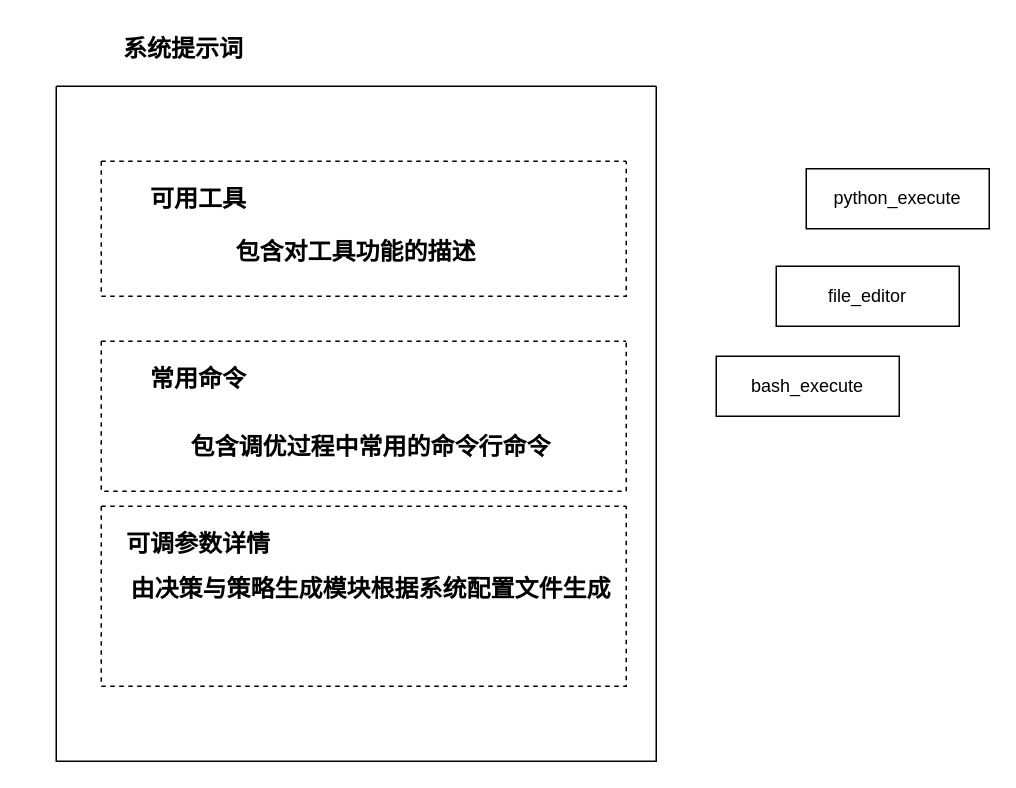
DonCoyi/_pictures keeps this draw.io diagram as page "第 10 页" (10 of 14) of KernelTuneAgent.drawio. Above is the earlier version. Source tidied: cells renumbered, new cells numbered last; positions are measured from the earlier drawing's top-left corner, leaving out a move shared by most shapes. Both pictures are drawn from the tidied source at 150%, with x=0, y=0 at pixel (56, 26).
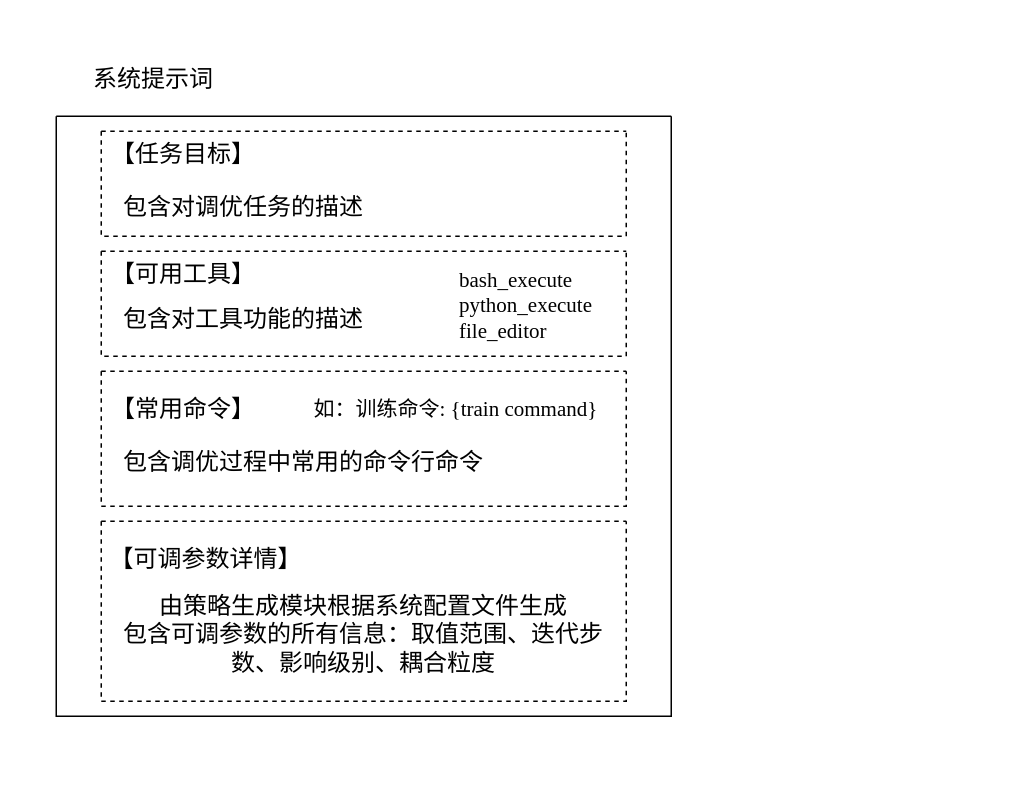
Above is the later version.

Change to the diagram source:
```diff
@@
 <mxGraphModel>
   <root>
     <mxCell id="0" />
     <mxCell id="1" parent="0" />
-    <mxCell id="2" style="swimlane;startSize=0;fontFamily=宋体;fontStyle=1;" parent="1" vertex="1">
-      <mxGeometry y="40" width="400" height="450" as="geometry" />
+    <mxCell id="2" style="swimlane;startSize=0;fontFamily=宋体;fontStyle=0;" parent="1" vertex="1">
+      <mxGeometry y="60" width="410" height="400" as="geometry" />
     </mxCell>
-    <mxCell id="3" style="swimlane;startSize=0;dashed=1;fontFamily=宋体;fontStyle=1;" parent="2" vertex="1">
-      <mxGeometry x="30" y="170" width="350" height="100" as="geometry" />
+    <mxCell id="3" style="swimlane;startSize=0;dashed=1;fontFamily=宋体;fontStyle=0;" parent="2" vertex="1">
+      <mxGeometry x="30" y="170" width="350" height="90" as="geometry" />
     </mxCell>
-    <mxCell id="4" value="&lt;font style=&quot;font-size: 16px;&quot;&gt;常用命令&lt;/font&gt;" style="text;html=1;whiteSpace=wrap;strokeColor=none;fillColor=none;align=center;verticalAlign=middle;rounded=0;fontFamily=宋体;fontStyle=1;" parent="3" vertex="1">
-      <mxGeometry x="10" y="10" width="110" height="30" as="geometry" />
+    <mxCell id="4" value="&lt;font style=&quot;font-size: 16px;&quot;&gt;【常用命令】&lt;/font&gt;" style="text;html=1;whiteSpace=wrap;strokeColor=none;fillColor=none;align=center;verticalAlign=middle;rounded=0;fontFamily=宋体;fontStyle=0;" parent="3" vertex="1">
+      <mxGeometry y="10" width="110" height="30" as="geometry" />
     </mxCell>
-    <mxCell id="5" value="&lt;span style=&quot;font-size: 16px;&quot;&gt;包含调优过程中常用的命令行命令&lt;br&gt;&lt;/span&gt;" style="text;html=1;whiteSpace=wrap;strokeColor=none;fillColor=none;align=center;verticalAlign=middle;rounded=0;fontFamily=宋体;fontStyle=1;" parent="3" vertex="1">
-      <mxGeometry x="40" y="40" width="280" height="60" as="geometry" />
+    <mxCell id="5" value="&lt;span style=&quot;font-size: 16px;&quot;&gt;包含调优过程中常用的命令行命令&lt;br&gt;&lt;/span&gt;" style="text;html=1;whiteSpace=wrap;strokeColor=none;fillColor=none;align=center;verticalAlign=middle;rounded=0;fontFamily=宋体;fontStyle=0;" parent="3" vertex="1">
+      <mxGeometry y="40" width="270" height="40" as="geometry" />
     </mxCell>
+    <mxCell id="16" value="&lt;font style=&quot;font-size: 14px;&quot;&gt;&lt;span style=&quot;forced-color-adjust: none; color: rgb(0, 0, 0); font-style: normal; font-variant-ligatures: normal; font-variant-caps: normal; font-weight: 400; letter-spacing: normal; orphans: 2; text-align: left; text-indent: 0px; text-transform: none; widows: 2; word-spacing: 0px; -webkit-text-stroke-width: 0px; text-decoration-thickness: initial; text-decoration-style: initial; text-decoration-color: initial; white-space: pre;&quot;&gt;&lt;span style=&quot;forced-color-adjust: none; white-space: pre;&quot;&gt;如：&lt;/span&gt;&lt;/span&gt;&lt;span style=&quot;color: rgb(0, 0, 0); font-style: normal; font-variant-ligatures: normal; font-variant-caps: normal; font-weight: 400; letter-spacing: normal; orphans: 2; text-align: left; text-indent: 0px; text-transform: none; widows: 2; word-spacing: 0px; -webkit-text-stroke-width: 0px; white-space: normal; text-decoration-thickness: initial; text-decoration-style: initial; text-decoration-color: initial; float: none; display: inline !important;&quot;&gt;训练命令&lt;font face=&quot;Times New Roman&quot; style=&quot;&quot;&gt;: {train command}&lt;/font&gt;&lt;/span&gt;&lt;/font&gt;" style="text;whiteSpace=wrap;html=1;labelBackgroundColor=default;fontFamily=宋体;" parent="3" vertex="1">
+      <mxGeometry x="140" y="10" width="200" height="30" as="geometry" />
+    </mxCell>
-    <mxCell id="6" style="swimlane;startSize=0;dashed=1;fontFamily=宋体;fontStyle=1;" parent="2" vertex="1">
-      <mxGeometry x="30" y="280" width="350" height="120" as="geometry" />
+    <mxCell id="6" style="swimlane;startSize=0;dashed=1;fontFamily=宋体;fontStyle=0;" parent="2" vertex="1">
+      <mxGeometry x="30" y="270" width="350" height="120" as="geometry" />
     </mxCell>
-    <mxCell id="7" value="&lt;font style=&quot;font-size: 16px;&quot;&gt;可调参数详情&lt;/font&gt;" style="text;html=1;whiteSpace=wrap;strokeColor=none;fillColor=none;align=center;verticalAlign=middle;rounded=0;fontFamily=宋体;fontStyle=1;" parent="6" vertex="1">
-      <mxGeometry x="10" y="10" width="110" height="30" as="geometry" />
+    <mxCell id="7" value="&lt;font style=&quot;font-size: 16px;&quot;&gt;【可调参数详情】&lt;/font&gt;" style="text;html=1;whiteSpace=wrap;strokeColor=none;fillColor=none;align=center;verticalAlign=middle;rounded=0;fontFamily=宋体;fontStyle=0;" parent="6" vertex="1">
+      <mxGeometry y="10" width="140" height="30" as="geometry" />
     </mxCell>
-    <mxCell id="8" value="&lt;span style=&quot;font-size: 16px;&quot;&gt;由决策与策略生成模块根据系统配置文件生成&lt;/span&gt;" style="text;html=1;whiteSpace=wrap;strokeColor=none;fillColor=none;align=center;verticalAlign=middle;rounded=0;fontFamily=宋体;fontStyle=1;" parent="6" vertex="1">
-      <mxGeometry x="10" y="40" width="340" height="30" as="geometry" />
+    <mxCell id="8" value="&lt;span style=&quot;font-size: 16px;&quot;&gt;由策略生成模块根据系统配置文件生成&lt;/span&gt;&lt;div&gt;&lt;span style=&quot;font-size: 16px;&quot;&gt;包含可调参数的所有信息：取值范围、迭代步数、影响级别、耦合粒度&lt;/span&gt;&lt;/div&gt;" style="text;html=1;whiteSpace=wrap;strokeColor=none;fillColor=none;align=center;verticalAlign=middle;rounded=0;fontFamily=宋体;fontStyle=0;" parent="6" vertex="1">
+      <mxGeometry y="30" width="350" height="90" as="geometry" />
     </mxCell>
-    <mxCell id="9" style="swimlane;startSize=0;dashed=1;fontFamily=宋体;fontStyle=1;" parent="2" vertex="1">
-      <mxGeometry x="30" y="50" width="350" height="90" as="geometry" />
+    <mxCell id="9" style="swimlane;startSize=0;dashed=1;fontFamily=宋体;fontStyle=0;" parent="2" vertex="1">
+      <mxGeometry x="30" y="90" width="350" height="70" as="geometry" />
     </mxCell>
-    <mxCell id="10" value="&lt;font style=&quot;font-size: 16px;&quot;&gt;可用工具&lt;/font&gt;" style="text;html=1;whiteSpace=wrap;strokeColor=none;fillColor=none;align=center;verticalAlign=middle;rounded=0;fontFamily=宋体;fontStyle=1;" parent="9" vertex="1">
-      <mxGeometry x="10" y="10" width="110" height="30" as="geometry" />
+    <mxCell id="10" value="&lt;font style=&quot;font-size: 16px;&quot;&gt;【可用工具】&lt;/font&gt;" style="text;html=1;whiteSpace=wrap;strokeColor=none;fillColor=none;align=center;verticalAlign=middle;rounded=0;fontFamily=宋体;fontStyle=0;" parent="9" vertex="1">
+      <mxGeometry width="110" height="30" as="geometry" />
     </mxCell>
-    <mxCell id="11" value="&lt;span style=&quot;font-size: 16px;&quot;&gt;包含对工具功能的描述&lt;br&gt;&lt;/span&gt;" style="text;html=1;whiteSpace=wrap;strokeColor=none;fillColor=none;align=center;verticalAlign=middle;rounded=0;fontFamily=宋体;fontStyle=1;" parent="9" vertex="1">
-      <mxGeometry x="30" y="30" width="280" height="60" as="geometry" />
+    <mxCell id="11" value="&lt;span style=&quot;font-size: 16px;&quot;&gt;包含对工具功能的描述&lt;br&gt;&lt;/span&gt;" style="text;html=1;whiteSpace=wrap;strokeColor=none;fillColor=none;align=center;verticalAlign=middle;rounded=0;fontFamily=宋体;fontStyle=0;" parent="9" vertex="1">
+      <mxGeometry y="25" width="190" height="40" as="geometry" />
     </mxCell>
+    <mxCell id="17" value="&lt;div style=&quot;forced-color-adjust: none; color: rgb(0, 0, 0); font-style: normal; font-variant-ligatures: normal; font-variant-caps: normal; font-weight: 400; letter-spacing: normal; orphans: 2; text-align: left; text-indent: 0px; text-transform: none; widows: 2; word-spacing: 0px; -webkit-text-stroke-width: 0px; white-space: normal; text-decoration-thickness: initial; text-decoration-style: initial; text-decoration-color: initial;&quot;&gt;&lt;font face=&quot;Times New Roman&quot; style=&quot;font-size: 14px;&quot;&gt;&lt;span style=&quot;forced-color-adjust: none; white-space: pre;&quot;&gt;&lt;span style=&quot;forced-color-adjust: none; white-space: pre;&quot;&gt;&amp;nbsp;&amp;nbsp;&lt;/span&gt;&lt;/span&gt;bash_execute&lt;/font&gt;&lt;/div&gt;&lt;div style=&quot;forced-color-adjust: none; color: rgb(0, 0, 0); font-style: normal; font-variant-ligatures: normal; font-variant-caps: normal; font-weight: 400; letter-spacing: normal; orphans: 2; text-align: left; text-indent: 0px; text-transform: none; widows: 2; word-spacing: 0px; -webkit-text-stroke-width: 0px; white-space: normal; text-decoration-thickness: initial; text-decoration-style: initial; text-decoration-color: initial;&quot;&gt;&lt;span style=&quot;&quot;&gt;&lt;font face=&quot;Times New Roman&quot; style=&quot;font-size: 14px;&quot;&gt;&lt;span style=&quot;forced-color-adjust: none; white-space: pre;&quot;&gt;&lt;span style=&quot;forced-color-adjust: none; white-space: pre;&quot;&gt;&amp;nbsp;&amp;nbsp;&lt;/span&gt;&lt;/span&gt;python_execute&lt;/font&gt;&lt;/span&gt;&lt;/div&gt;&lt;div style=&quot;forced-color-adjust: none; color: rgb(0, 0, 0); font-style: normal; font-variant-ligatures: normal; font-variant-caps: normal; font-weight: 400; letter-spacing: normal; orphans: 2; text-align: left; text-indent: 0px; text-transform: none; widows: 2; word-spacing: 0px; -webkit-text-stroke-width: 0px; white-space: normal; text-decoration-thickness: initial; text-decoration-style: initial; text-decoration-color: initial;&quot;&gt;&lt;font face=&quot;Times New Roman&quot; style=&quot;font-size: 14px;&quot;&gt;&lt;span style=&quot;forced-color-adjust: none; white-space: pre;&quot;&gt;&lt;span style=&quot;forced-color-adjust: none; white-space: pre;&quot;&gt;&amp;nbsp;&amp;nbsp;&lt;/span&gt;&lt;/span&gt;file_editor&lt;/font&gt;&lt;/div&gt;" style="text;whiteSpace=wrap;html=1;labelBackgroundColor=default;fontFamily=宋体;" parent="9" vertex="1">
+      <mxGeometry x="230" y="5" width="110" height="60" as="geometry" />
+    </mxCell>
+    <mxCell id="18" style="swimlane;startSize=0;dashed=1;fontFamily=宋体;fontStyle=0;" parent="2" vertex="1">
+      <mxGeometry x="30" y="10" width="350" height="70" as="geometry" />
+    </mxCell>
+    <mxCell id="19" value="&lt;span style=&quot;font-size: 16px;&quot;&gt;【任务目标】&lt;/span&gt;" style="text;html=1;whiteSpace=wrap;strokeColor=none;fillColor=none;align=center;verticalAlign=middle;rounded=0;fontFamily=宋体;fontStyle=0;" parent="18" vertex="1">
+      <mxGeometry width="110" height="30" as="geometry" />
+    </mxCell>
+    <mxCell id="20" value="&lt;span style=&quot;font-size: 16px;&quot;&gt;包含对调优任务的描述&lt;br&gt;&lt;/span&gt;" style="text;html=1;whiteSpace=wrap;strokeColor=none;fillColor=none;align=center;verticalAlign=middle;rounded=0;fontFamily=宋体;fontStyle=0;" parent="18" vertex="1">
+      <mxGeometry y="30" width="190" height="40" as="geometry" />
+    </mxCell>
-    <mxCell id="12" value="&lt;font style=&quot;font-size: 16px;&quot;&gt;系统提示词&lt;/font&gt;" style="text;html=1;whiteSpace=wrap;strokeColor=none;fillColor=none;align=center;verticalAlign=middle;rounded=0;fontFamily=宋体;fontStyle=1;" parent="1" vertex="1">
-      <mxGeometry width="170" height="30" as="geometry" />
+    <mxCell id="12" value="&lt;font style=&quot;font-size: 16px;&quot;&gt;系统提示词&lt;/font&gt;" style="text;html=1;whiteSpace=wrap;strokeColor=none;fillColor=none;align=center;verticalAlign=middle;rounded=0;fontFamily=宋体;fontStyle=0;" parent="1" vertex="1">
+      <mxGeometry x="-20" y="20" width="170" height="30" as="geometry" />
     </mxCell>
-    <mxCell id="13" value="&lt;div style=&quot;text-align: left;&quot;&gt;python_execute&lt;/div&gt;" style="rounded=0;whiteSpace=wrap;html=1;" parent="1" vertex="1">
-      <mxGeometry x="500" y="95" width="122" height="40" as="geometry" />
-    </mxCell>
-    <mxCell id="14" value="&lt;div style=&quot;text-align: left;&quot;&gt;&lt;span style=&quot;background-color: transparent; color: light-dark(rgb(0, 0, 0), rgb(255, 255, 255));&quot;&gt;file_editor&lt;/span&gt;&lt;/div&gt;" style="rounded=0;whiteSpace=wrap;html=1;" parent="1" vertex="1">
-      <mxGeometry x="480" y="160" width="122" height="40" as="geometry" />
-    </mxCell>
-    <mxCell id="15" value="&lt;div style=&quot;text-align: left;&quot;&gt;bash_execute&lt;/div&gt;" style="rounded=0;whiteSpace=wrap;html=1;" parent="1" vertex="1">
-      <mxGeometry x="440" y="220" width="122" height="40" as="geometry" />
-    </mxCell>
   </root>
 </mxGraphModel>
```
